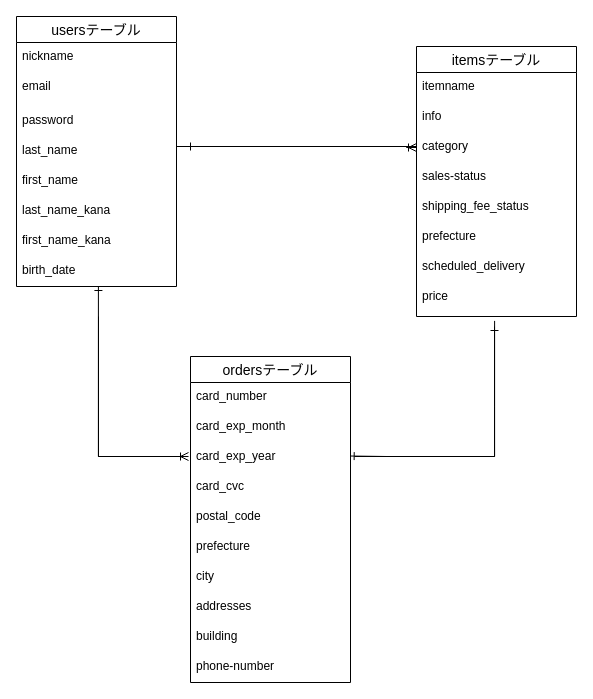
Above: furima.dio in kosuke-morikawa/furima-35085 (draw.io), before the change. Source tidied: cells renumbered, new cells numbered last; positions are measured from the earlier drawing's top-left corner, leaving out a move shared by most shapes. Both pictures are drawn from the tidied source at 100%, with x=0, y=0 at pixel (-24, 16).
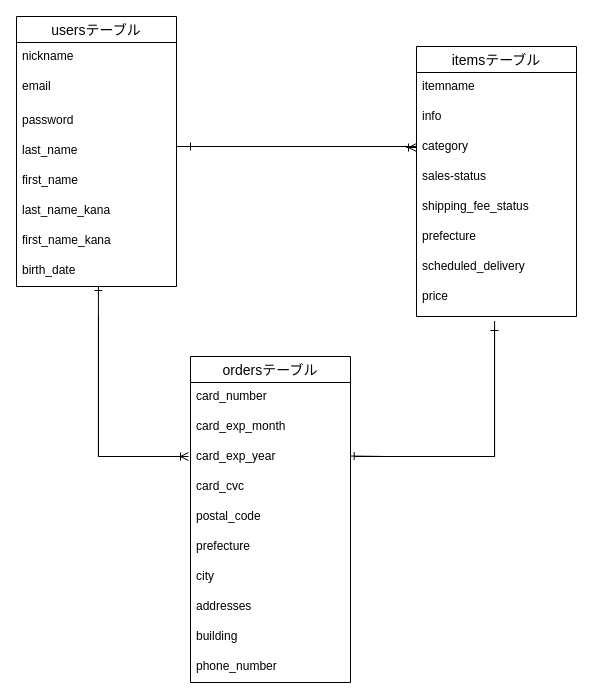
The same diagram, later.

The change refers to these unchanged cells:
```xml
<mxCell id="13" value="ordersテーブル" style="swimlane;fontStyle=0;horizontal=1;startSize=26;align=center;fontSize=14;" parent="1" vertex="1">
  <mxGeometry x="214" y="340" width="160" height="326" as="geometry" />
</mxCell>
```

Diff of the diagram source:
```diff
@@
-    <mxCell id="23" value="phone-number" style="text;strokeColor=none;fillColor=none;spacingLeft=4;spacingRight=4;overflow=hidden;fontSize=12;" parent="13" vertex="1">
+    <mxCell id="23" value="phone_number" style="text;strokeColor=none;fillColor=none;spacingLeft=4;spacingRight=4;overflow=hidden;fontSize=12;" parent="13" vertex="1">
       <mxGeometry y="296" width="160" height="30" as="geometry" />
     </mxCell>
```
